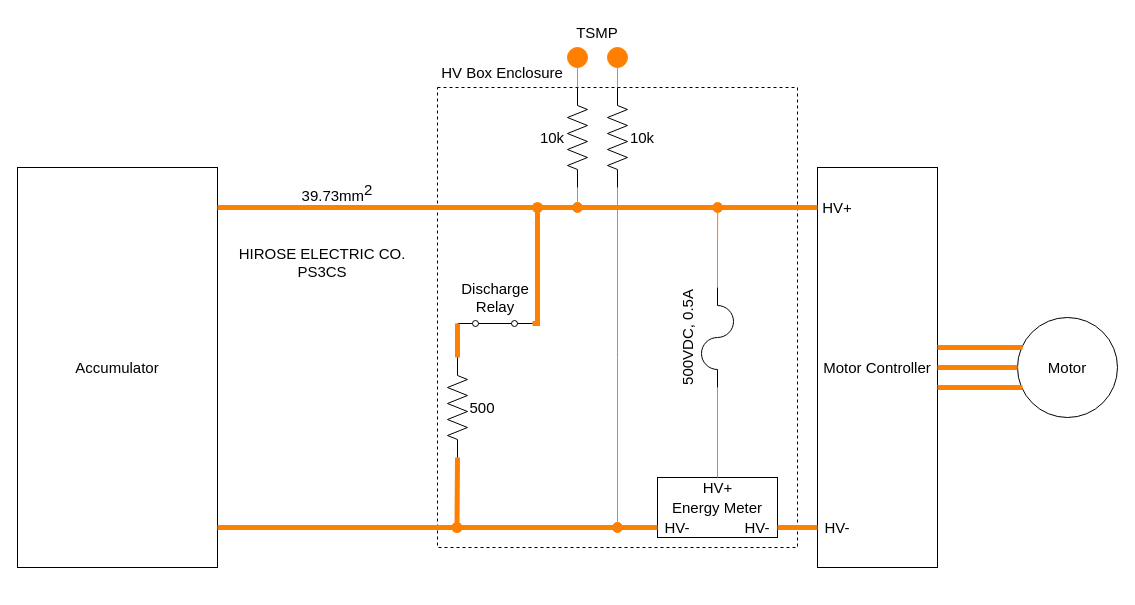
Earlier version of the draw.io diagram page "TractiveSystemCircuit" (2 of 6) of EVCircuit.drawio (ST04-tkmr/drawio_Schematics). Source tidied: cells renumbered, new cells numbered last; positions are measured from the earlier drawing's top-left corner, leaving out a move shared by most shapes. Both pictures are drawn from the tidied source at 100%, with x=0, y=0 at pixel (17, 17).
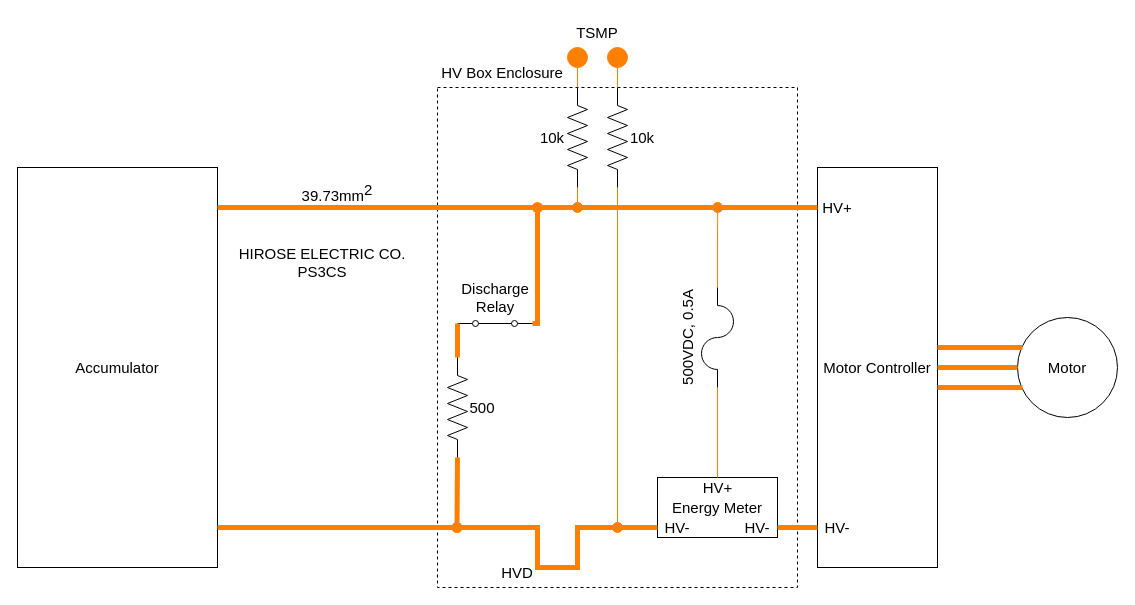
Above is the later version.

Unchanged cells that the change refers to:
```xml
<mxCell id="10" value="HV-" style="text;strokeColor=none;align=center;fillColor=none;html=1;verticalAlign=middle;whiteSpace=wrap;rounded=0;fontSize=15;fontFamily=Helvetica;fontColor=default;" parent="8" vertex="1">
  <mxGeometry y="40" width="40" height="20" as="geometry" />
</mxCell>
<mxCell id="23" value="Accumulator" style="rounded=0;whiteSpace=wrap;html=1;fontSize=15;points=[[0,0,0,0,0],[0,0.25,0,0,0],[0,0.5,0,0,0],[0,0.75,0,0,0],[0,1,0,0,0],[0.25,0,0,0,0],[0.25,1,0,0,0],[0.5,0,0,0,0],[0.5,1,0,0,0],[0.75,0,0,0,0],[0.75,1,0,0,0],[1,0,0,0,0],[1,0.1,0,0,0],[1,0.2,0,0,0],[1,0.3,0,0,0],[1,0.4,0,0,0],[1,0.5,0,0,0],[1,0.6,0,0,0],[1,0.7,0,0,0],[1,0.8,0,0,0],[1,0.9,0,0,0],[1,1,0,0,0]];" parent="1" vertex="1">
  <mxGeometry y="150" width="200" height="400" as="geometry" />
</mxCell>
```

What changed in the source:
```diff
@@
     <mxCell id="2" style="rounded=0;whiteSpace=wrap;html=1;fillColor=none;dashed=1;" parent="1" vertex="1">
-      <mxGeometry x="420" y="70" width="360" height="460" as="geometry" />
+      <mxGeometry x="420" y="70" width="360" height="500" as="geometry" />
     </mxCell>
@@
     <mxCell id="35" style="edgeStyle=orthogonalEdgeStyle;shape=connector;rounded=0;jettySize=auto;html=1;exitX=0;exitY=0.5;exitDx=0;exitDy=0;entryX=1;entryY=0.9;entryDx=0;entryDy=0;entryPerimeter=0;labelBackgroundColor=default;strokeColor=#FF8000;fontFamily=Helvetica;fontSize=11;fontColor=#000000;endArrow=none;endFill=0;strokeWidth=5;" parent="1" edge="1" source="10" target="23">
-      <mxGeometry relative="1" as="geometry" />
+      <mxGeometry relative="1" as="geometry">
+        <Array as="points">
+          <mxPoint x="560" y="510" />
+          <mxPoint x="560" y="550" />
+          <mxPoint x="520" y="550" />
+          <mxPoint x="520" y="510" />
+        </Array>
+      </mxGeometry>
     </mxCell>
@@
+    <mxCell id="43" value="HVD" style="text;strokeColor=none;align=center;fillColor=none;html=1;verticalAlign=middle;whiteSpace=wrap;rounded=0;fontSize=15;fontFamily=Helvetica;fontColor=default;" parent="1" vertex="1">
+      <mxGeometry x="470" y="540" width="60" height="30" as="geometry" />
+    </mxCell>
```
